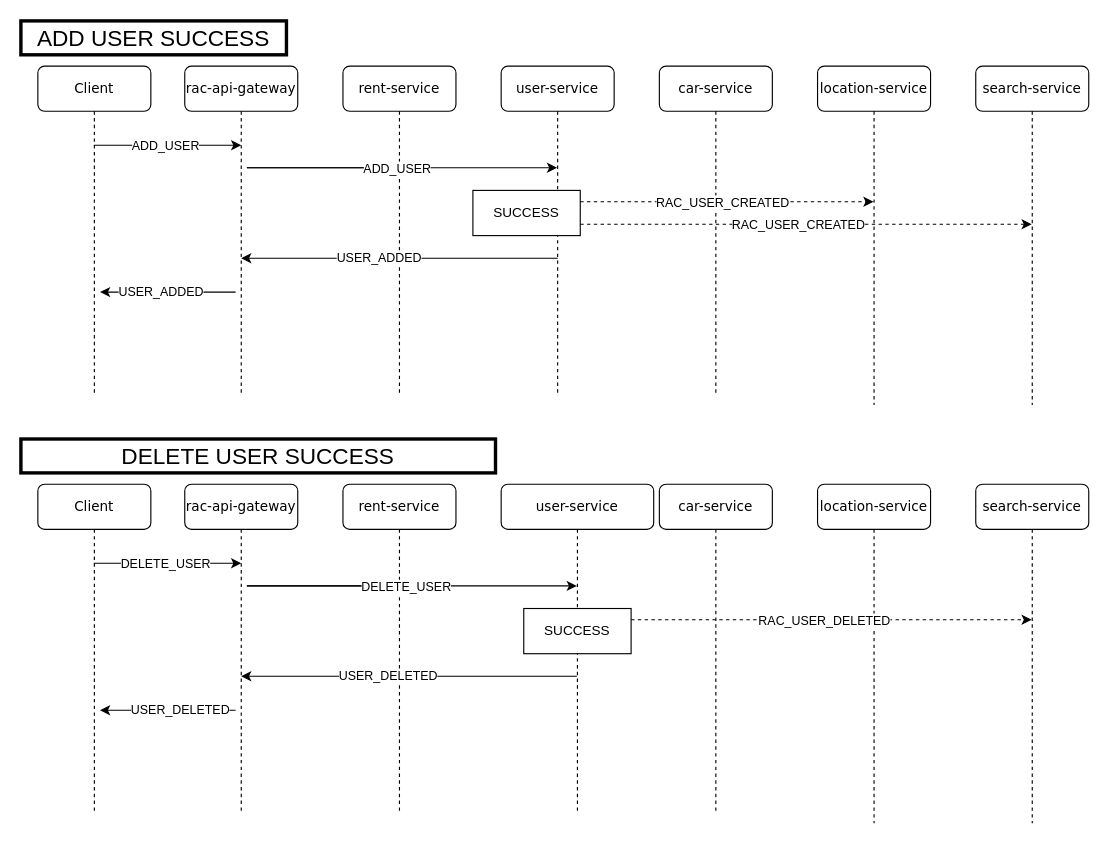
Before: page "User" (1 of 3) of docs/c4/sagas.drawio in maciejgz/rac, a draw.io diagram. Source tidied: cells renumbered, new cells numbered last; positions are measured from the earlier drawing's top-left corner, leaving out a move shared by most shapes. Both pictures are drawn from the tidied source at 113%, with x=0, y=0 at pixel (20, 20).
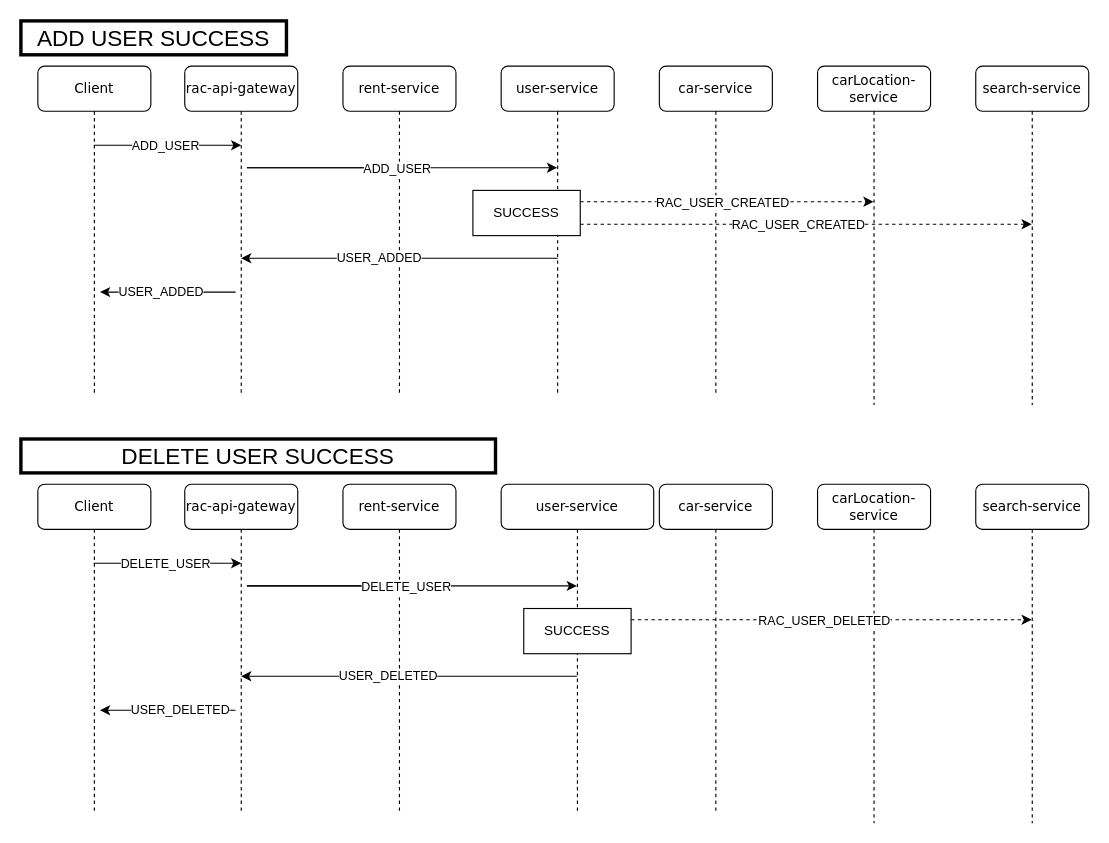
After the change.

The edit, as a diff of the source:
```diff
@@
-    <mxCell id="6" value="location-service" style="shape=umlLifeline;perimeter=lifelinePerimeter;whiteSpace=wrap;html=1;rounded=1;shadow=0;comic=0;labelBackgroundColor=none;strokeWidth=1;fontFamily=Verdana;fontSize=12;align=center;" parent="1" vertex="1">
+    <mxCell id="6" value="carLocation-service" style="shape=umlLifeline;perimeter=lifelinePerimeter;whiteSpace=wrap;html=1;rounded=1;shadow=0;comic=0;labelBackgroundColor=none;strokeWidth=1;fontFamily=Verdana;fontSize=12;align=center;" parent="1" vertex="1">
       <mxGeometry x="705" y="40" width="100" height="300" as="geometry" />
     </mxCell>
@@
-    <mxCell id="26" value="location-service" style="shape=umlLifeline;perimeter=lifelinePerimeter;whiteSpace=wrap;html=1;rounded=1;shadow=0;comic=0;labelBackgroundColor=none;strokeWidth=1;fontFamily=Verdana;fontSize=12;align=center;" parent="1" vertex="1">
+    <mxCell id="26" value="carLocation-service" style="shape=umlLifeline;perimeter=lifelinePerimeter;whiteSpace=wrap;html=1;rounded=1;shadow=0;comic=0;labelBackgroundColor=none;strokeWidth=1;fontFamily=Verdana;fontSize=12;align=center;" parent="1" vertex="1">
       <mxGeometry x="705" y="410" width="100" height="300" as="geometry" />
     </mxCell>
```
